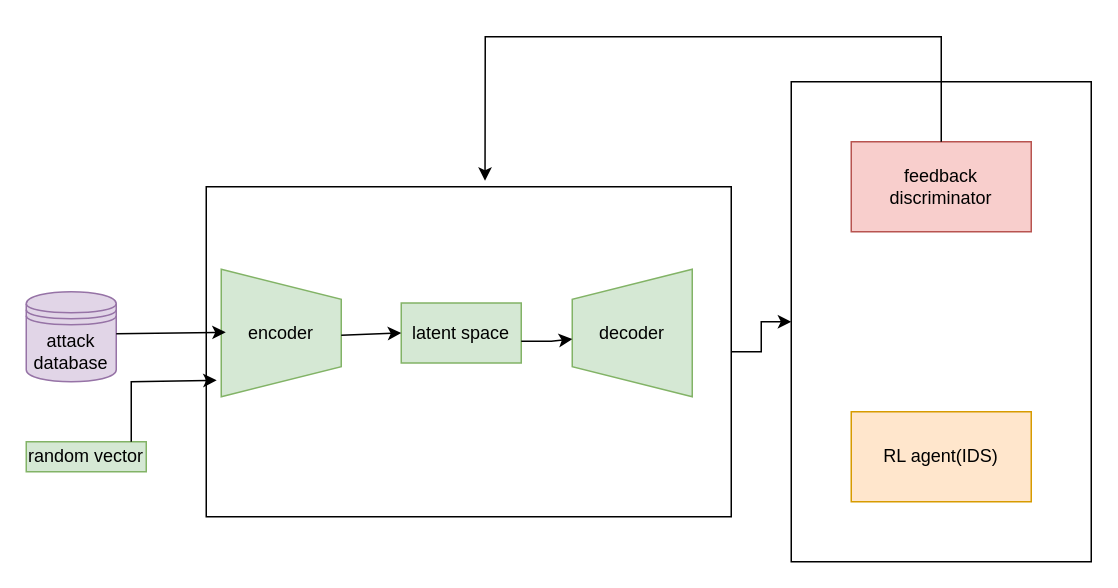
This is modele_architecture.drawio from elgenio123/diagrams, a draw.io file, before an edit. Source tidied: cells renumbered, new cells numbered last; positions are measured from the earlier drawing's top-left corner, leaving out a move shared by most shapes. Both pictures are drawn from the tidied source at 150%, with x=0, y=0 at pixel (26, 36).
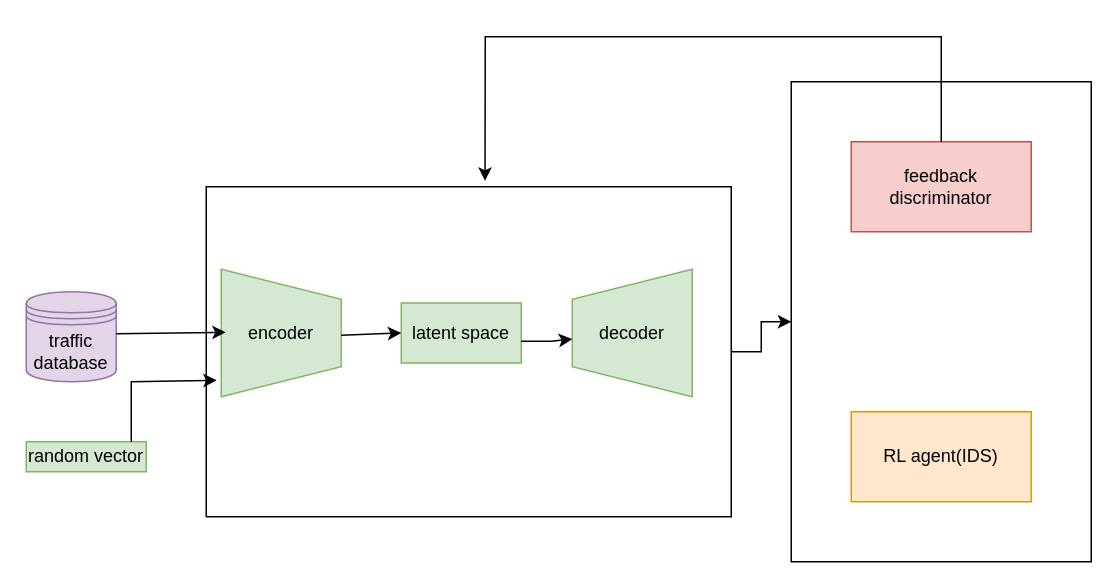
Above is the later version.

Commit message (it also covers changes not shown here):
Mettre à jour modele_architecture.drawio

Change to the diagram source:
```diff
@@
-    <mxCell id="4" value="attack database" style="shape=datastore;whiteSpace=wrap;html=1;fillColor=#e1d5e7;strokeColor=#9673a6;" parent="1" vertex="1">
+    <mxCell id="4" value="traffic database" style="shape=datastore;whiteSpace=wrap;html=1;fillColor=#e1d5e7;strokeColor=#9673a6;" parent="1" vertex="1">
       <mxGeometry y="170" width="60" height="60" as="geometry" />
     </mxCell>
```
